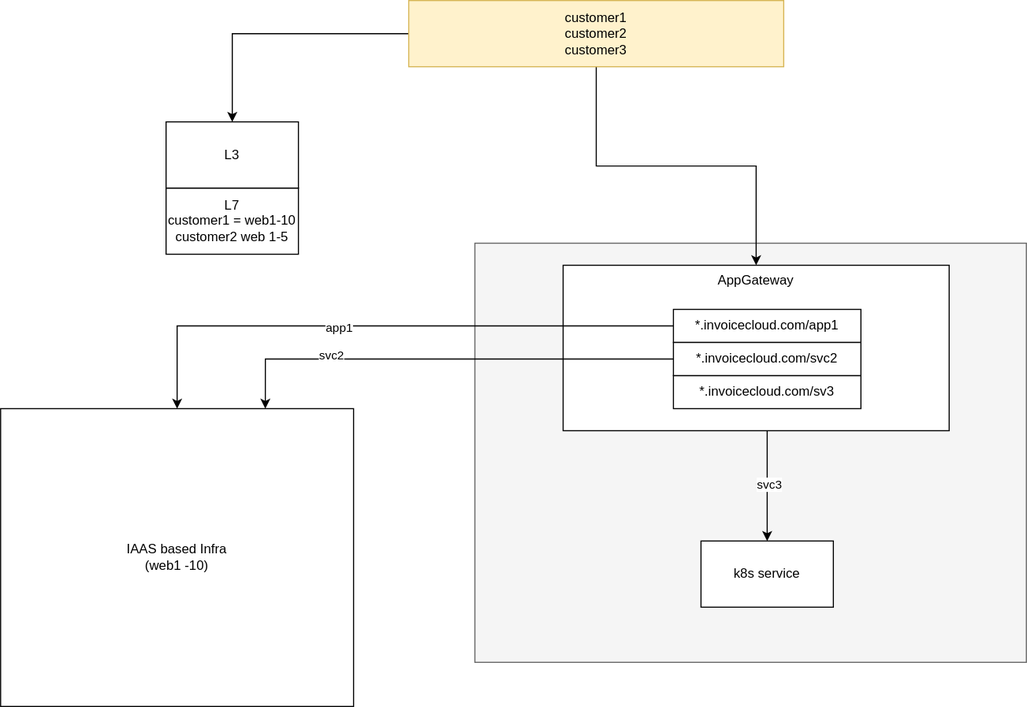
vjavle/invoicecloud keeps this draw.io diagram as subdomainforcustomers.svg. Above is the earlier version. Source tidied: cells renumbered, new cells last; positions are measured from the earlier drawing's top-left corner, leaving out a move shared by most shapes.
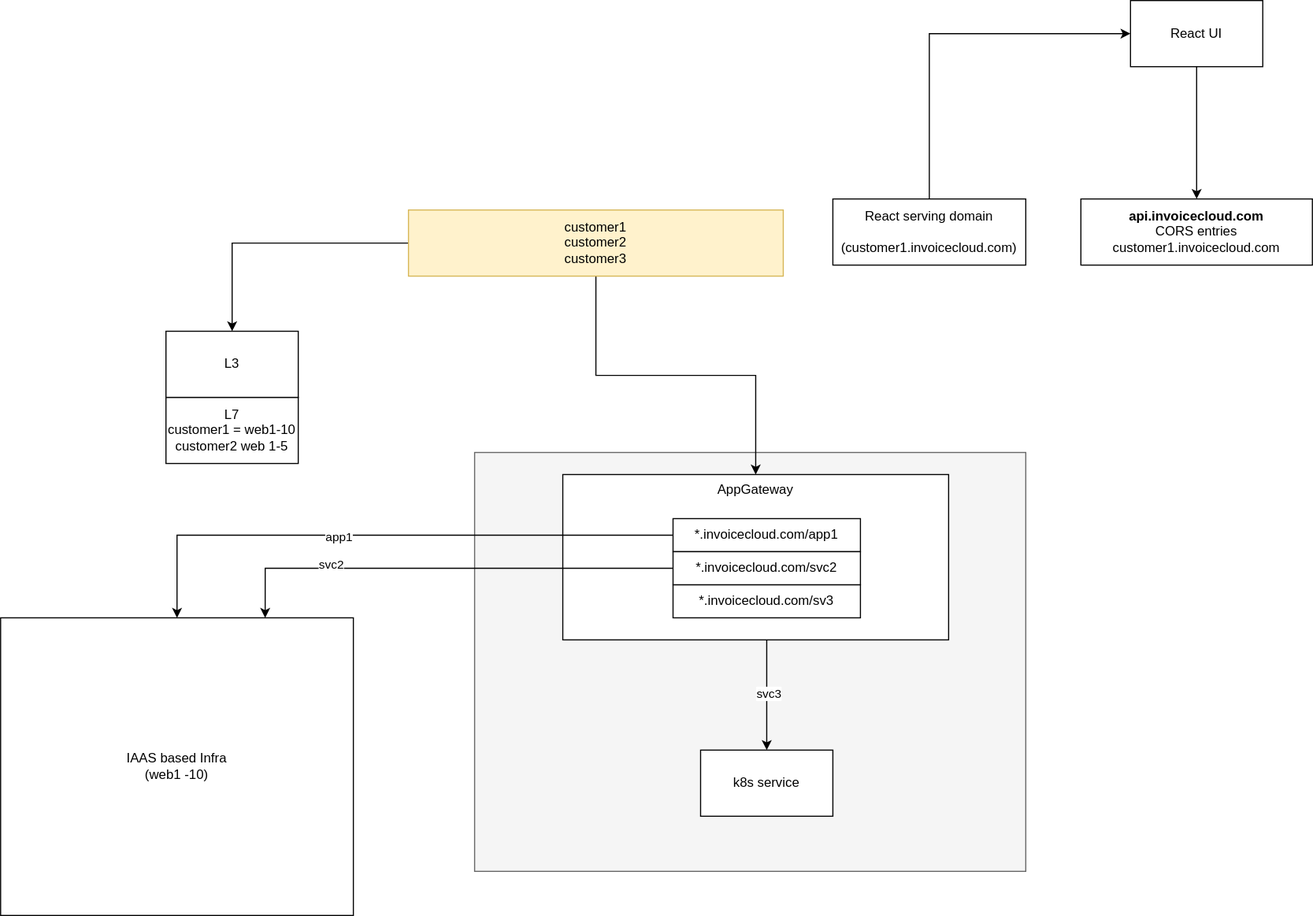
After the commit.

What changed in the source:
```diff
@@ -56,5 +56,20 @@
     <mxCell id="19" value="L3" style="rounded=0;whiteSpace=wrap;html=1;" parent="1" vertex="1">
       <mxGeometry x="150" y="110" width="120" height="60" as="geometry" />
     </mxCell>
+    <mxCell id="20" style="edgeStyle=orthogonalEdgeStyle;rounded=0;jettySize=auto;html=1;" parent="1" edge="1" source="21" target="24">
+      <mxGeometry relative="1" as="geometry" />
+    </mxCell>
+    <mxCell id="21" value="React UI" style="rounded=0;whiteSpace=wrap;html=1;" parent="1" vertex="1">
+      <mxGeometry x="1025" y="-190" width="120" height="60" as="geometry" />
+    </mxCell>
+    <mxCell id="22" style="edgeStyle=orthogonalEdgeStyle;rounded=0;jettySize=auto;html=1;entryX=0;entryY=0.5;entryDx=0;entryDy=0;exitX=0.5;exitY=0;exitDx=0;exitDy=0;" parent="1" edge="1" source="23" target="21">
+      <mxGeometry relative="1" as="geometry" />
+    </mxCell>
+    <mxCell id="23" value="React serving domain&lt;br&gt;&lt;br&gt;(customer1.invoicecloud.com)" style="rounded=0;whiteSpace=wrap;html=1;" parent="1" vertex="1">
+      <mxGeometry x="755" y="-10" width="175" height="60" as="geometry" />
+    </mxCell>
+    <mxCell id="24" value="&lt;b&gt;api.invoicecloud.com&lt;/b&gt;&lt;br&gt;CORS entries&lt;br&gt;customer1.invoicecloud.com" style="rounded=0;whiteSpace=wrap;html=1;" parent="1" vertex="1">
+      <mxGeometry x="980" y="-10" width="210" height="60" as="geometry" />
+    </mxCell>
   </root>
 </mxGraphModel>
```
